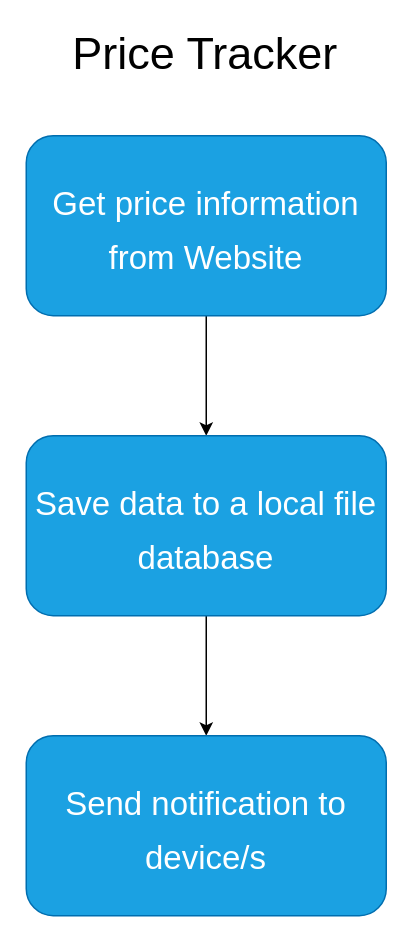
The draw.io diagram flow.dio in simplytim42/complex-frogs, before the edit. Source tidied: cells renumbered, new cells numbered last; positions are measured from the earlier drawing's top-left corner, leaving out a move shared by most shapes. Both pictures are drawn from the tidied source at 150%, with x=0, y=0 at pixel (26, 30).
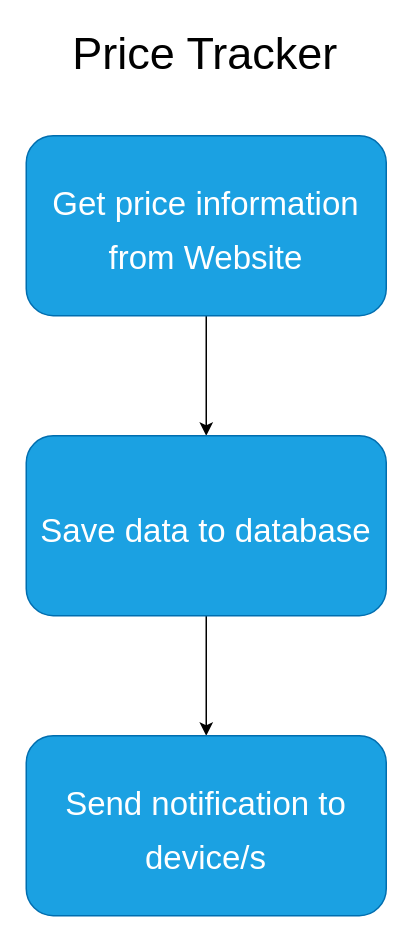
The same page after the edit.

Commit message:
update flow chart

Diff of the diagram source:
```diff
@@
 <mxGraphModel background="#ffffff">
   <root>
     <mxCell id="0" />
     <mxCell id="1" parent="0" />
     <mxCell id="2" value="Price Tracker" style="text;align=center;html=1;verticalAlign=middle;whiteSpace=wrap;rounded=0;fontSize=30;fontColor=#000000;" parent="1" vertex="1">
       <mxGeometry x="9" width="221" height="30" as="geometry" />
     </mxCell>
     <mxCell id="3" style="edgeStyle=none;html=1;fontSize=22;strokeColor=#000000;" parent="1" edge="1" source="4" target="6">
       <mxGeometry relative="1" as="geometry" />
     </mxCell>
     <mxCell id="4" value="&lt;font style=&quot;font-size: 22px;&quot;&gt;Get price information from Website&lt;/font&gt;" style="rounded=1;whiteSpace=wrap;html=1;fontSize=30;fillColor=#1ba1e2;fontColor=#ffffff;strokeColor=#006EAF;" parent="1" vertex="1">
       <mxGeometry y="70" width="240" height="120" as="geometry" />
     </mxCell>
     <mxCell id="5" style="edgeStyle=none;html=1;fontSize=22;strokeColor=#000000;" parent="1" edge="1" source="6" target="7">
       <mxGeometry relative="1" as="geometry" />
     </mxCell>
-    <mxCell id="6" value="&lt;font style=&quot;font-size: 22px;&quot;&gt;Save data to a local file database&lt;/font&gt;" style="rounded=1;whiteSpace=wrap;html=1;fontSize=30;fillColor=#1ba1e2;fontColor=#ffffff;strokeColor=#006EAF;" parent="1" vertex="1">
+    <mxCell id="6" value="&lt;font style=&quot;font-size: 22px;&quot;&gt;Save data to database&lt;/font&gt;" style="rounded=1;whiteSpace=wrap;html=1;fontSize=30;fillColor=#1ba1e2;fontColor=#ffffff;strokeColor=#006EAF;" parent="1" vertex="1">
       <mxGeometry y="270" width="240" height="120" as="geometry" />
     </mxCell>
     <mxCell id="7" value="&lt;font style=&quot;font-size: 22px;&quot;&gt;Send notification to device/s&lt;/font&gt;" style="rounded=1;whiteSpace=wrap;html=1;fontSize=30;fillColor=#1ba1e2;fontColor=#ffffff;strokeColor=#006EAF;" parent="1" vertex="1">
       <mxGeometry y="470" width="240" height="120" as="geometry" />
     </mxCell>
   </root>
 </mxGraphModel>
```
